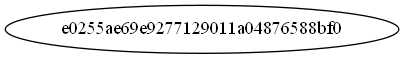
This is Viajes.png from dani3l8200/EDD_PROYECTO2_201801364_201807100, a Graphviz export, as it was before one commit. Its source is kept beside it as Viajes.dot.
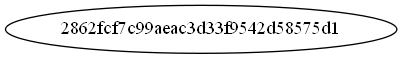
Later version of the same file.

What changed in the source:
```diff
@@ -1,5 +1,5 @@
 digraph D {
 
-	 BCe0255ae69e9277129011a04876588bf0[label="e0255ae69e9277129011a04876588bf0"]
+	 BC2862fcf7c99aeac3d33f9542d58575d1[label="2862fcf7c99aeac3d33f9542d58575d1"]
 
 }
```
